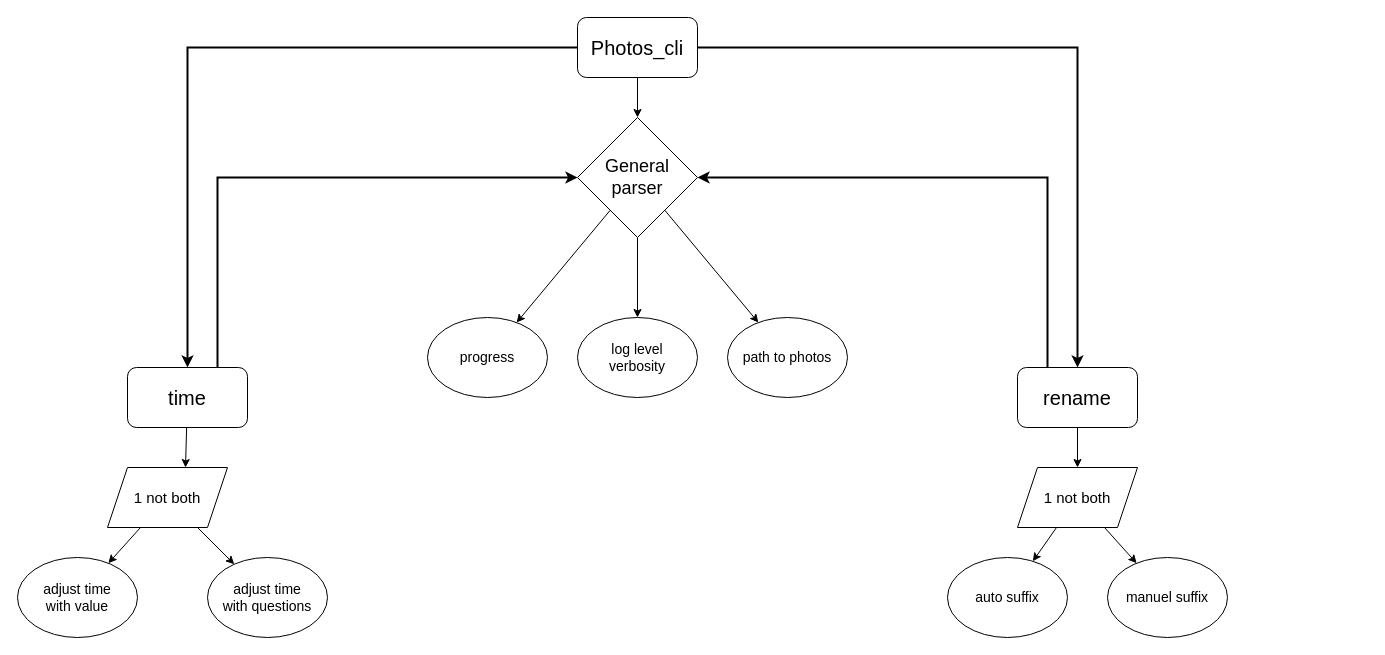
Above: diagram/photo_cli-structur_diagram.drawio in Mat-DB/photos_cli (draw.io), before the change. Source tidied: cells renumbered, new cells numbered last; positions are measured from the earlier drawing's top-left corner, leaving out a move shared by most shapes. Both pictures are drawn from the tidied source at 100%, with x=0, y=0 at pixel (17, 17).
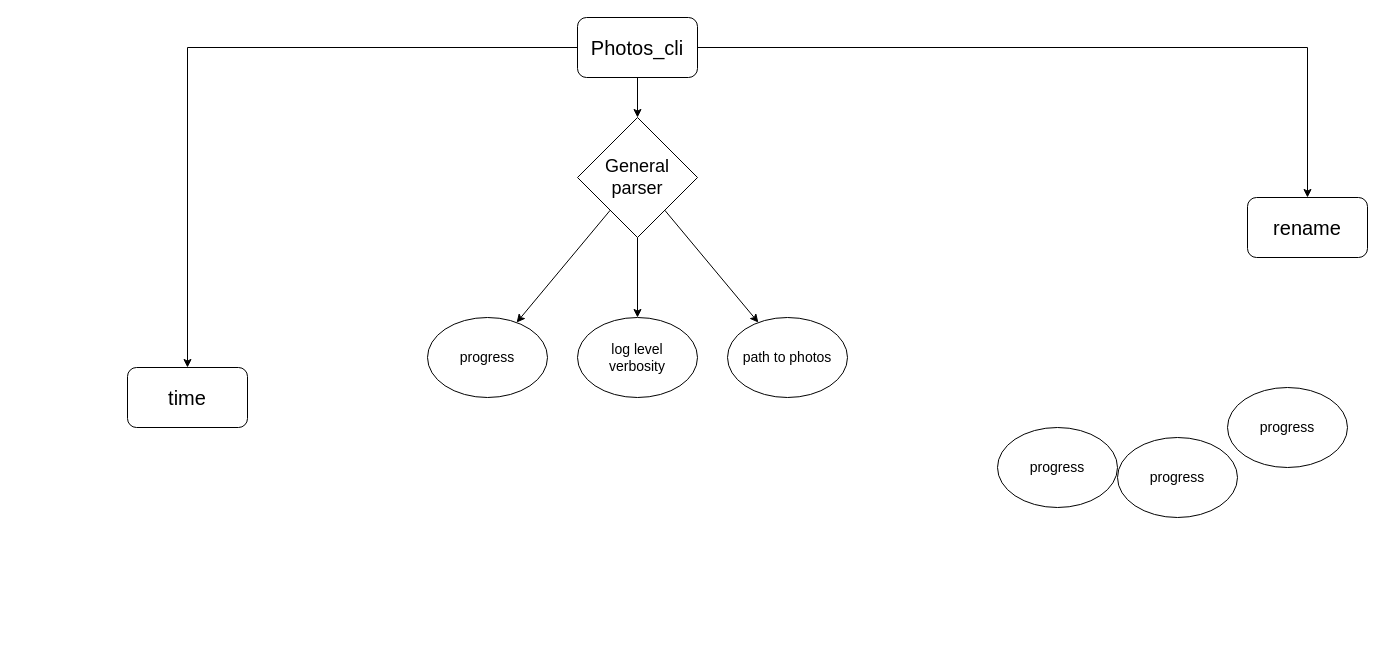
The same diagram, later.

Commit message (it also covers changes not shown here):
Project update. Fixed bugs and added overwrite function when editing time.

Unchanged cells that the change refers to:
```xml
<mxCell id="5" value="Photos_cli" style="rounded=1;whiteSpace=wrap;html=1;fontSize=20;" parent="1" vertex="1">
  <mxGeometry x="560" width="120" height="60" as="geometry" />
</mxCell>
<mxCell id="6" value="time" style="rounded=1;whiteSpace=wrap;html=1;fontSize=20;" parent="1" vertex="1">
  <mxGeometry x="110" y="350" width="120" height="60" as="geometry" />
</mxCell>
<mxCell id="19" value="General&lt;div&gt;parser&lt;/div&gt;" style="rhombus;whiteSpace=wrap;html=1;fontFamily=Helvetica;fontSize=18;fontColor=default;labelBackgroundColor=default;" parent="1" vertex="1">
  <mxGeometry x="560" y="100" width="120" height="120" as="geometry" />
</mxCell>
```

Change to the diagram source:
```diff
@@
-    <mxCell id="2" style="rounded=0;jettySize=auto;html=1;entryX=0.5;entryY=0;entryDx=0;entryDy=0;edgeStyle=orthogonalEdgeStyle;strokeWidth=2;" parent="1" edge="1" source="5" target="6">
+    <mxCell id="2" style="rounded=0;jettySize=auto;html=1;entryX=0.5;entryY=0;entryDx=0;entryDy=0;edgeStyle=orthogonalEdgeStyle;" parent="1" edge="1" source="5" target="6">
       <mxGeometry relative="1" as="geometry" />
     </mxCell>
-    <mxCell id="3" style="edgeStyle=orthogonalEdgeStyle;shape=connector;rounded=0;jettySize=auto;html=1;strokeColor=default;align=center;verticalAlign=middle;fontFamily=Helvetica;fontSize=11;fontColor=default;labelBackgroundColor=default;endArrow=classic;strokeWidth=2;" parent="1" edge="1" source="5" target="8">
+    <mxCell id="3" style="edgeStyle=orthogonalEdgeStyle;shape=connector;rounded=0;jettySize=auto;html=1;strokeColor=default;align=center;verticalAlign=middle;fontFamily=Helvetica;fontSize=11;fontColor=default;labelBackgroundColor=default;endArrow=classic;" parent="1" edge="1" source="5" target="8">
       <mxGeometry relative="1" as="geometry" />
     </mxCell>
@@
-    <mxCell id="7" style="edgeStyle=none;shape=connector;rounded=0;jettySize=auto;html=1;strokeColor=default;align=center;verticalAlign=middle;fontFamily=Helvetica;fontSize=11;fontColor=default;labelBackgroundColor=default;endArrow=classic;" parent="1" edge="1" source="8" target="22">
-      <mxGeometry relative="1" as="geometry" />
-    </mxCell>
     <mxCell id="8" value="rename" style="rounded=1;whiteSpace=wrap;html=1;fontSize=20;" parent="1" vertex="1">
-      <mxGeometry x="1000" y="350" width="120" height="60" as="geometry" />
+      <mxGeometry x="1230" y="180" width="120" height="60" as="geometry" />
     </mxCell>
@@
-    <mxCell id="12" value="manuel suffix" style="ellipse;whiteSpace=wrap;html=1;fontFamily=Helvetica;fontSize=14;fontColor=default;labelBackgroundColor=default;" parent="1" vertex="1">
-      <mxGeometry x="1090" y="540" width="120" height="80" as="geometry" />
+    <mxCell id="12" value="progress" style="ellipse;whiteSpace=wrap;html=1;fontFamily=Helvetica;fontSize=14;fontColor=default;labelBackgroundColor=default;" parent="1" vertex="1">
+      <mxGeometry x="1210" y="370" width="120" height="80" as="geometry" />
     </mxCell>
+    <mxCell id="29" value="progress" style="ellipse;whiteSpace=wrap;html=1;fontFamily=Helvetica;fontSize=14;fontColor=default;labelBackgroundColor=default;" parent="1" vertex="1">
+      <mxGeometry x="1100" y="420" width="120" height="80" as="geometry" />
+    </mxCell>
-    <mxCell id="13" value="adjust time&lt;div&gt;with value&lt;/div&gt;" style="ellipse;whiteSpace=wrap;html=1;fontFamily=Helvetica;fontSize=14;fontColor=default;labelBackgroundColor=default;" parent="1" vertex="1">
-      <mxGeometry y="540" width="120" height="80" as="geometry" />
+    <mxCell id="13" value="progress" style="ellipse;whiteSpace=wrap;html=1;fontFamily=Helvetica;fontSize=14;fontColor=default;labelBackgroundColor=default;" parent="1" vertex="1">
+      <mxGeometry x="980" y="410" width="120" height="80" as="geometry" />
     </mxCell>
@@
-    <mxCell id="17" style="edgeStyle=orthogonalEdgeStyle;shape=connector;rounded=0;jettySize=auto;html=1;strokeColor=default;align=center;verticalAlign=middle;fontFamily=Helvetica;fontSize=11;fontColor=default;labelBackgroundColor=default;endArrow=classic;elbow=vertical;exitX=0.75;exitY=0;exitDx=0;exitDy=0;entryX=0;entryY=0.5;entryDx=0;entryDy=0;strokeWidth=2;" parent="1" edge="1" source="6" target="19">
-      <mxGeometry relative="1" as="geometry" />
-    </mxCell>
-    <mxCell id="18" style="edgeStyle=orthogonalEdgeStyle;shape=connector;rounded=0;jettySize=auto;html=1;strokeColor=default;align=center;verticalAlign=middle;fontFamily=Helvetica;fontSize=11;fontColor=default;labelBackgroundColor=default;endArrow=classic;exitX=0.25;exitY=0;exitDx=0;exitDy=0;entryX=1;entryY=0.5;entryDx=0;entryDy=0;strokeWidth=2;" parent="1" edge="1" source="8" target="19">
-      <mxGeometry relative="1" as="geometry" />
-    </mxCell>
@@
-    <mxCell id="20" style="edgeStyle=none;shape=connector;rounded=0;jettySize=auto;html=1;strokeColor=default;align=center;verticalAlign=middle;fontFamily=Helvetica;fontSize=11;fontColor=default;labelBackgroundColor=default;endArrow=classic;" parent="1" edge="1" source="22" target="12">
-      <mxGeometry relative="1" as="geometry" />
-    </mxCell>
-    <mxCell id="21" style="edgeStyle=none;shape=connector;rounded=0;jettySize=auto;html=1;strokeColor=default;align=center;verticalAlign=middle;fontFamily=Helvetica;fontSize=11;fontColor=default;labelBackgroundColor=default;endArrow=classic;" parent="1" edge="1" source="22" target="23">
-      <mxGeometry relative="1" as="geometry" />
-    </mxCell>
-    <mxCell id="22" value="1 not both" style="shape=parallelogram;perimeter=parallelogramPerimeter;whiteSpace=wrap;html=1;fixedSize=1;fontFamily=Helvetica;fontSize=15;fontColor=default;labelBackgroundColor=default;" parent="1" vertex="1">
-      <mxGeometry x="1000" y="450" width="120" height="60" as="geometry" />
-    </mxCell>
-    <mxCell id="23" value="auto suffix" style="ellipse;whiteSpace=wrap;html=1;fontFamily=Helvetica;fontSize=14;fontColor=default;labelBackgroundColor=default;" parent="1" vertex="1">
-      <mxGeometry x="930" y="540" width="120" height="80" as="geometry" />
-    </mxCell>
-    <mxCell id="24" value="adjust time&lt;div&gt;with questions&lt;/div&gt;" style="ellipse;whiteSpace=wrap;html=1;fontFamily=Helvetica;fontSize=14;fontColor=default;labelBackgroundColor=default;" parent="1" vertex="1">
-      <mxGeometry x="190" y="540" width="120" height="80" as="geometry" />
-    </mxCell>
-    <mxCell id="25" style="edgeStyle=none;shape=connector;rounded=0;jettySize=auto;html=1;strokeColor=default;align=center;verticalAlign=middle;fontFamily=Helvetica;fontSize=11;fontColor=default;labelBackgroundColor=default;endArrow=classic;" parent="1" edge="1" source="27" target="24">
-      <mxGeometry relative="1" as="geometry" />
-    </mxCell>
-    <mxCell id="26" style="edgeStyle=none;shape=connector;rounded=0;jettySize=auto;html=1;strokeColor=default;align=center;verticalAlign=middle;fontFamily=Helvetica;fontSize=11;fontColor=default;labelBackgroundColor=default;endArrow=classic;" parent="1" edge="1" source="27" target="13">
-      <mxGeometry relative="1" as="geometry" />
-    </mxCell>
-    <mxCell id="27" value="1 not both" style="shape=parallelogram;perimeter=parallelogramPerimeter;whiteSpace=wrap;html=1;fixedSize=1;fontFamily=Helvetica;fontSize=15;fontColor=default;labelBackgroundColor=default;" parent="1" vertex="1">
-      <mxGeometry x="90" y="450" width="120" height="60" as="geometry" />
-    </mxCell>
-    <mxCell id="28" style="edgeStyle=none;shape=connector;rounded=0;jettySize=auto;html=1;entryX=0.65;entryY=0;entryDx=0;entryDy=0;entryPerimeter=0;strokeColor=default;align=center;verticalAlign=middle;fontFamily=Helvetica;fontSize=11;fontColor=default;labelBackgroundColor=default;endArrow=classic;" parent="1" edge="1" source="6" target="27">
-      <mxGeometry relative="1" as="geometry" />
-    </mxCell>
```
